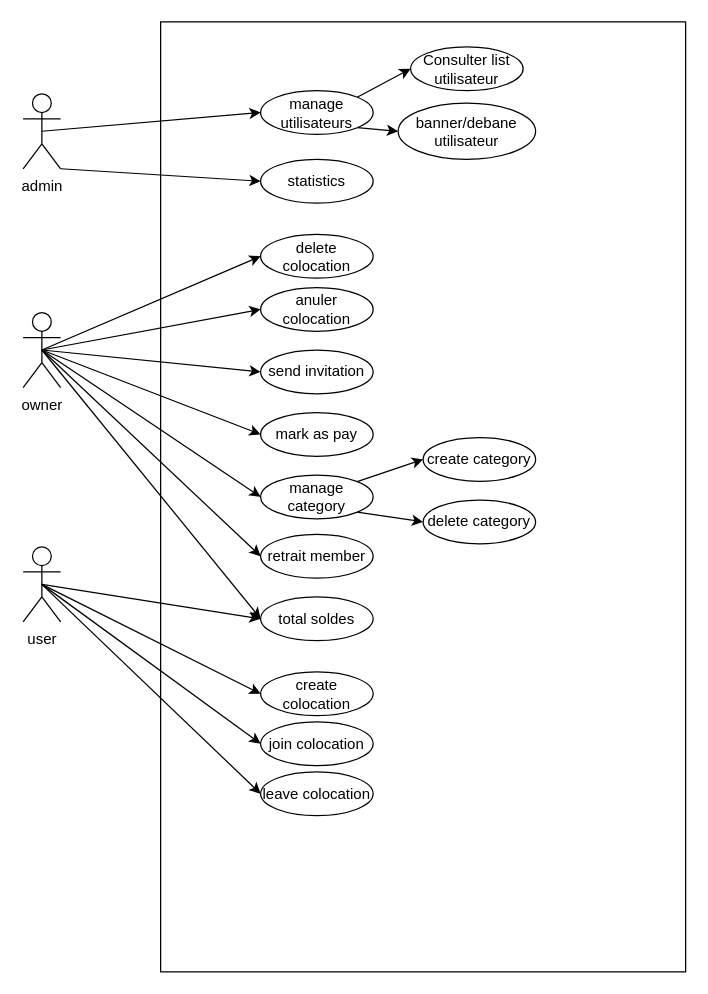
amineElgaini/easycloc keeps this draw.io diagram as schema/use-case-diagram.drawio. Above is the earlier version. Source tidied: cells renumbered, new cells numbered last; positions are measured from the earlier drawing's top-left corner, leaving out a move shared by most shapes. Both pictures are drawn from the tidied source at 125%, with x=0, y=0 at pixel (22, 21).
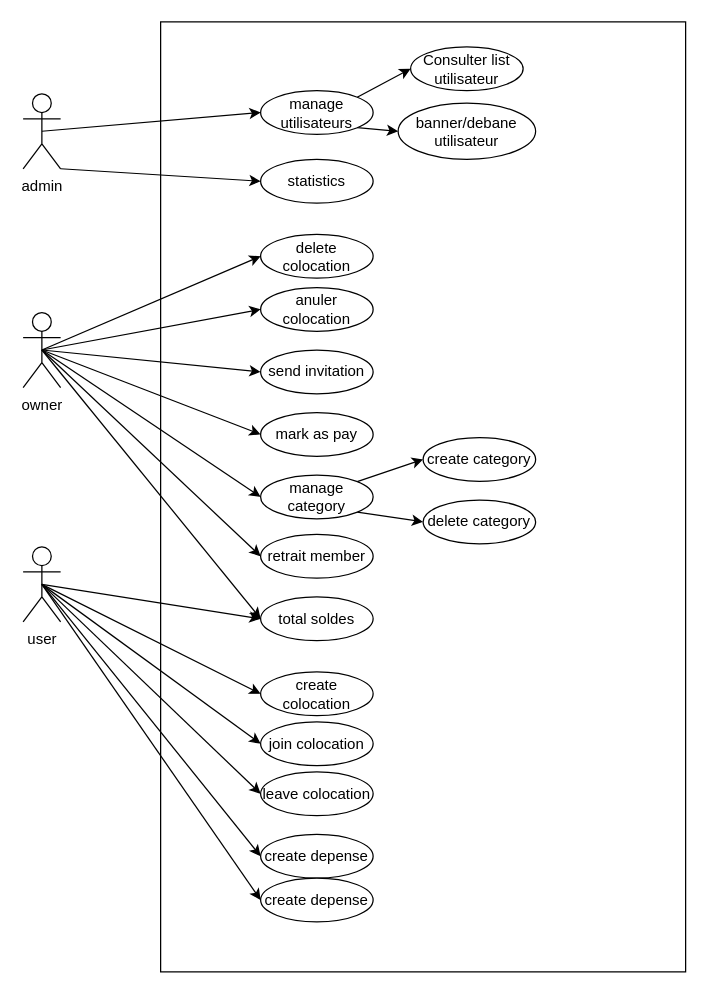
The same page after the edit.

Commit message (it also covers changes not shown here):
modify usecase, add class diagram

The change refers to these unchanged cells:
```xml
<mxCell id="21" value="user" style="shape=umlActor;verticalLabelPosition=bottom;verticalAlign=top;html=1;" parent="1" vertex="1">
  <mxGeometry y="420" width="30" height="60" as="geometry" />
</mxCell>
```

What changed in the source:
```diff
@@
+    <mxCell id="39" style="edgeStyle=none;html=1;exitX=0.5;exitY=0.5;exitDx=0;exitDy=0;exitPerimeter=0;entryX=0;entryY=0.5;entryDx=0;entryDy=0;" parent="1" edge="1" source="21" target="41">
+      <mxGeometry relative="1" as="geometry" />
+    </mxCell>
+    <mxCell id="40" style="edgeStyle=none;html=1;exitX=0.5;exitY=0.5;exitDx=0;exitDy=0;exitPerimeter=0;entryX=0;entryY=0.5;entryDx=0;entryDy=0;" parent="1" edge="1" source="21" target="42">
+      <mxGeometry relative="1" as="geometry" />
+    </mxCell>
@@
+    <mxCell id="41" value="create depense" style="ellipse;html=1;whiteSpace=wrap;" parent="1" vertex="1">
+      <mxGeometry x="190" y="650" width="90" height="35" as="geometry" />
+    </mxCell>
+    <mxCell id="42" value="create depense" style="ellipse;html=1;whiteSpace=wrap;" parent="1" vertex="1">
+      <mxGeometry x="190" y="685" width="90" height="35" as="geometry" />
+    </mxCell>
```
